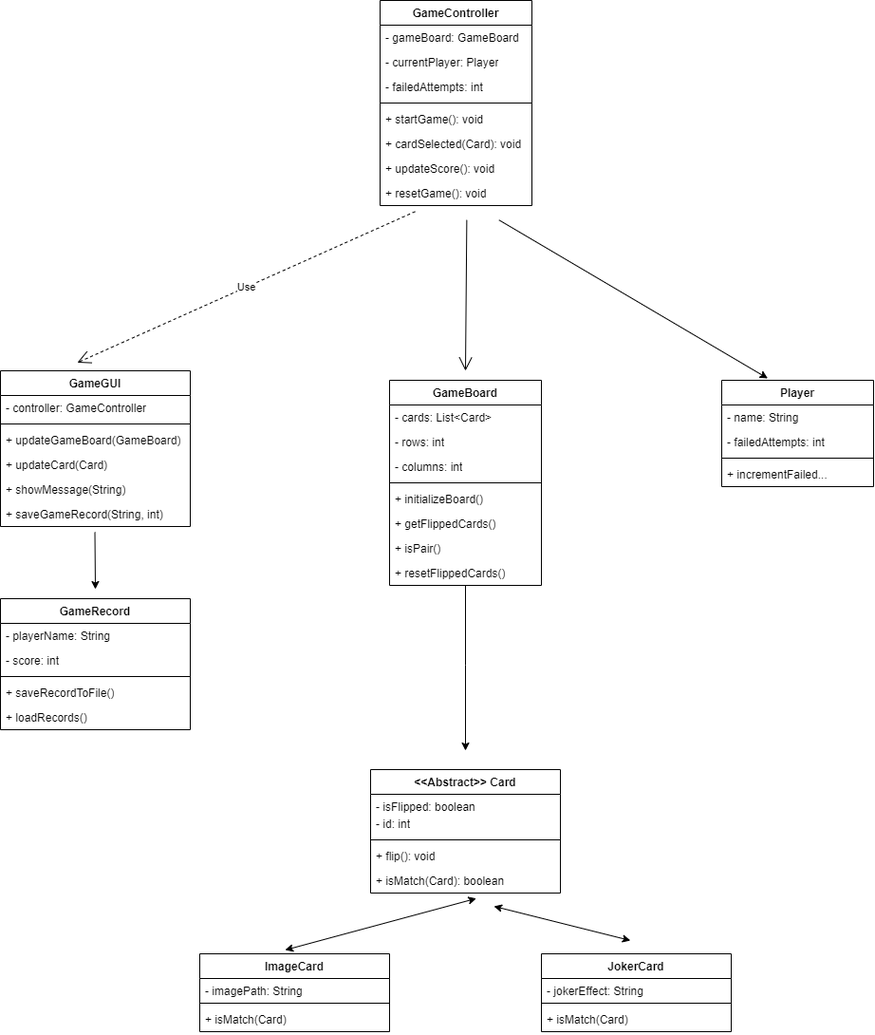
Above: MemoryGame.drawio.png in agrigoridou/MemoryGame-with-pictures (draw.io), before the change. Source tidied: cells renumbered, new cells last; positions are measured from the earlier drawing's top-left corner, leaving out a move shared by most shapes.
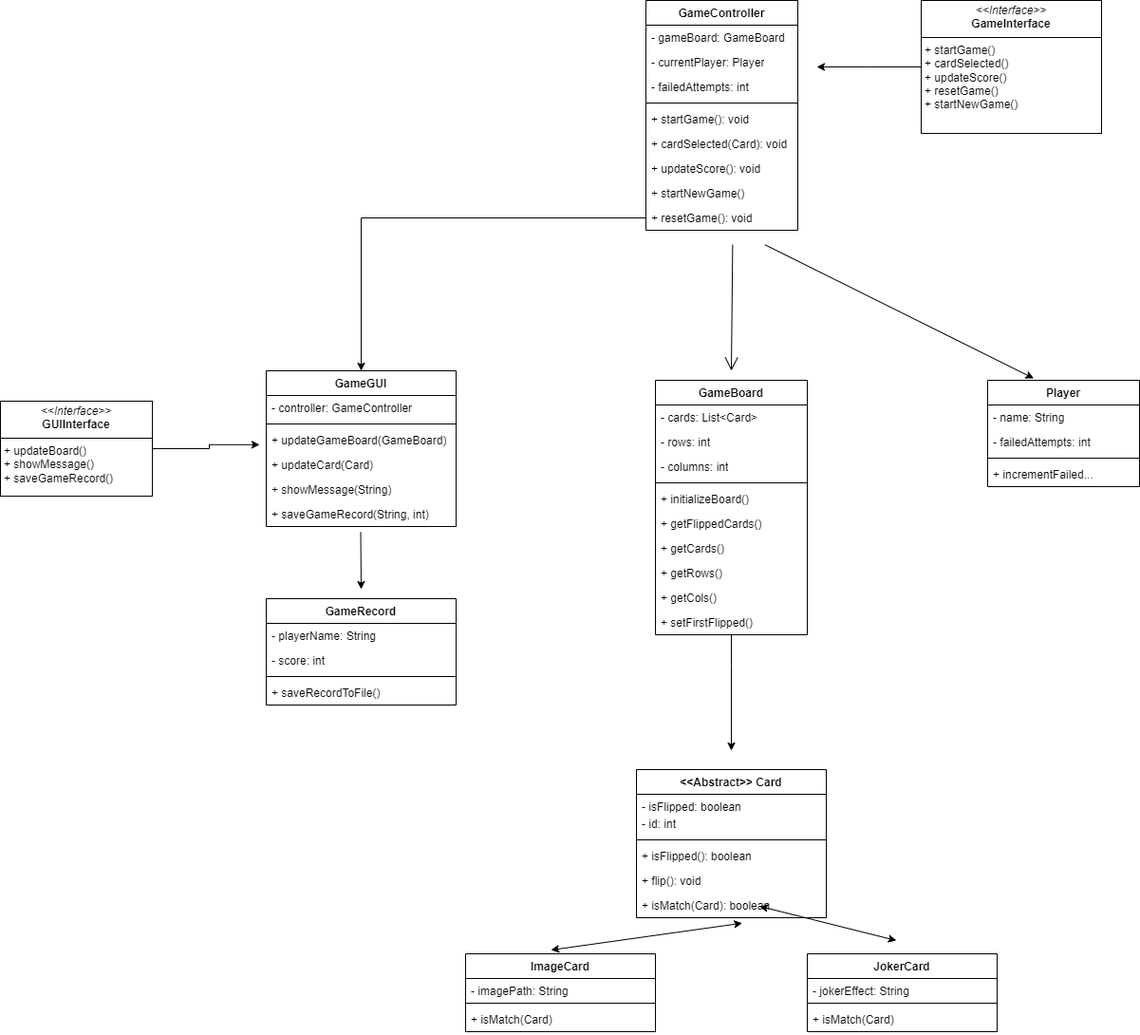
The same diagram one commit later.

Change to the diagram source:
```diff
@@ -3,7 +3,7 @@
     <mxCell id="0" />
     <mxCell id="1" parent="0" />
     <mxCell id="2" value="GameController " style="swimlane;fontStyle=1;align=center;verticalAlign=top;horizontal=1;startSize=26;whiteSpace=wrap;html=1;" parent="1" vertex="1">
-      <mxGeometry x="400" width="160" height="216" as="geometry" />
+      <mxGeometry x="400" width="160" height="242" as="geometry" />
     </mxCell>
     <mxCell id="3" value="&lt;span class=&quot;hljs-operator&quot;&gt;-&lt;/span&gt; gameBoard: GameBoard" style="text;strokeColor=none;fillColor=none;align=left;verticalAlign=top;spacingLeft=4;spacingRight=4;overflow=hidden;whiteSpace=wrap;html=1;" parent="2" vertex="1">
       <mxGeometry y="26" width="160" height="26" as="geometry" />
@@ -26,11 +26,14 @@
     <mxCell id="9" value="&lt;span class=&quot;hljs-operator&quot;&gt;+&lt;/span&gt; updateScore(): void" style="text;strokeColor=none;fillColor=none;align=left;verticalAlign=top;spacingLeft=4;spacingRight=4;overflow=hidden;whiteSpace=wrap;html=1;" parent="2" vertex="1">
       <mxGeometry y="164" width="160" height="26" as="geometry" />
     </mxCell>
+    <mxCell id="59" value="+ startNewGame()  " style="text;strokeColor=none;fillColor=none;align=left;verticalAlign=top;spacingLeft=4;spacingRight=4;overflow=hidden;whiteSpace=wrap;html=1;" parent="2" vertex="1">
+      <mxGeometry y="190" width="160" height="26" as="geometry" />
+    </mxCell>
     <mxCell id="10" value="&lt;span class=&quot;hljs-operator&quot;&gt;+&lt;/span&gt; resetGame(): void" style="text;strokeColor=none;fillColor=none;align=left;verticalAlign=top;spacingLeft=4;spacingRight=4;overflow=hidden;points=[[0,0.5],[1,0.5]];portConstraint=eastwest;whiteSpace=wrap;html=1;" parent="2" vertex="1">
-      <mxGeometry y="190" width="160" height="26" as="geometry" />
+      <mxGeometry y="216" width="160" height="26" as="geometry" />
     </mxCell>
     <mxCell id="11" value="GameBoard " style="swimlane;fontStyle=1;align=center;verticalAlign=top;horizontal=1;startSize=26;whiteSpace=wrap;html=1;" parent="1" vertex="1">
-      <mxGeometry x="410" y="400" width="160" height="216" as="geometry" />
+      <mxGeometry x="410" y="400" width="160" height="268" as="geometry" />
     </mxCell>
     <mxCell id="12" value="&lt;span class=&quot;hljs-operator&quot;&gt;-&lt;/span&gt; cards: List&lt;span class=&quot;hljs-operator&quot;&gt;&amp;lt;&lt;/span&gt;Card&lt;span class=&quot;hljs-operator&quot;&gt;&amp;gt;&lt;/span&gt;" style="text;strokeColor=none;fillColor=none;align=left;verticalAlign=top;spacingLeft=4;spacingRight=4;overflow=hidden;whiteSpace=wrap;html=1;" parent="11" vertex="1">
       <mxGeometry y="26" width="160" height="26" as="geometry" />
@@ -50,11 +53,17 @@
     <mxCell id="17" value="&lt;span class=&quot;hljs-operator&quot;&gt;+&lt;/span&gt; getFlippedCards()" style="text;strokeColor=none;fillColor=none;align=left;verticalAlign=top;spacingLeft=4;spacingRight=4;overflow=hidden;whiteSpace=wrap;html=1;" parent="11" vertex="1">
       <mxGeometry y="138" width="160" height="26" as="geometry" />
     </mxCell>
+    <mxCell id="60" value="+ getCards()" style="text;strokeColor=none;fillColor=none;align=left;verticalAlign=top;spacingLeft=4;spacingRight=4;overflow=hidden;whiteSpace=wrap;html=1;" parent="11" vertex="1">
+      <mxGeometry y="164" width="160" height="26" as="geometry" />
+    </mxCell>
+    <mxCell id="61" value="+ getRows() " style="text;strokeColor=none;fillColor=none;align=left;verticalAlign=top;spacingLeft=4;spacingRight=4;overflow=hidden;whiteSpace=wrap;html=1;" parent="11" vertex="1">
+      <mxGeometry y="190" width="160" height="26" as="geometry" />
+    </mxCell>
-    <mxCell id="18" value="&lt;span class=&quot;hljs-operator&quot;&gt;+&lt;/span&gt; isPair()" style="text;strokeColor=none;fillColor=none;align=left;verticalAlign=top;spacingLeft=4;spacingRight=4;overflow=hidden;whiteSpace=wrap;html=1;" parent="11" vertex="1">
-      <mxGeometry y="164" width="160" height="26" as="geometry" />
+    <mxCell id="18" value="+ getCols()" style="text;strokeColor=none;fillColor=none;align=left;verticalAlign=top;spacingLeft=4;spacingRight=4;overflow=hidden;whiteSpace=wrap;html=1;" parent="11" vertex="1">
+      <mxGeometry y="216" width="160" height="26" as="geometry" />
     </mxCell>
-    <mxCell id="19" value="&lt;span class=&quot;hljs-operator&quot;&gt;+&lt;/span&gt; resetFlippedCards()" style="text;strokeColor=none;fillColor=none;align=left;verticalAlign=top;spacingLeft=4;spacingRight=4;overflow=hidden;points=[[0,0.5],[1,0.5]];portConstraint=eastwest;whiteSpace=wrap;html=1;" parent="11" vertex="1">
-      <mxGeometry y="190" width="160" height="26" as="geometry" />
+    <mxCell id="19" value="+ setFirstFlipped()" style="text;strokeColor=none;fillColor=none;align=left;verticalAlign=top;spacingLeft=4;spacingRight=4;overflow=hidden;points=[[0,0.5],[1,0.5]];portConstraint=eastwest;whiteSpace=wrap;html=1;" parent="11" vertex="1">
+      <mxGeometry y="242" width="160" height="26" as="geometry" />
     </mxCell>
     <mxCell id="20" value="Player" style="swimlane;fontStyle=1;align=center;verticalAlign=top;horizontal=1;startSize=26;whiteSpace=wrap;html=1;" parent="1" vertex="1">
       <mxGeometry x="760" y="400" width="160" height="112" as="geometry" />
@@ -96,7 +105,7 @@
       <mxGeometry y="138" width="200" height="26" as="geometry" />
     </mxCell>
     <mxCell id="33" value="GameRecord" style="swimlane;fontStyle=1;align=center;verticalAlign=top;horizontal=1;startSize=26;whiteSpace=wrap;html=1;" parent="1" vertex="1">
-      <mxGeometry y="630" width="200" height="138" as="geometry" />
+      <mxGeometry y="630" width="200" height="112" as="geometry" />
     </mxCell>
     <mxCell id="34" value="&lt;span class=&quot;hljs-operator&quot;&gt;-&lt;/span&gt; playerName: String" style="text;strokeColor=none;fillColor=none;align=left;verticalAlign=top;spacingLeft=4;spacingRight=4;overflow=hidden;whiteSpace=wrap;html=1;" parent="33" vertex="1">
       <mxGeometry y="26" width="200" height="26" as="geometry" />
@@ -110,9 +119,6 @@
     <mxCell id="37" value="&lt;span class=&quot;hljs-operator&quot;&gt;+&lt;/span&gt; saveRecordToFile()" style="text;strokeColor=none;fillColor=none;align=left;verticalAlign=top;spacingLeft=4;spacingRight=4;overflow=hidden;whiteSpace=wrap;html=1;" parent="33" vertex="1">
       <mxGeometry y="86" width="200" height="26" as="geometry" />
     </mxCell>
-    <mxCell id="38" value="&lt;span class=&quot;hljs-operator&quot;&gt;+&lt;/span&gt; loadRecords()" style="text;strokeColor=none;fillColor=none;align=left;verticalAlign=top;spacingLeft=4;spacingRight=4;overflow=hidden;whiteSpace=wrap;html=1;" parent="33" vertex="1">
-      <mxGeometry y="112" width="200" height="26" as="geometry" />
-    </mxCell>
     <mxCell id="39" style="endArrow=classic;html=1;rounded=0;" parent="1" edge="1">
       <mxGeometry relative="1" as="geometry">
         <mxPoint x="99.5" y="560" as="sourcePoint" />
@@ -120,7 +126,7 @@
       </mxGeometry>
     </mxCell>
     <mxCell id="40" value="&lt;span class=&quot;hljs-operator&quot;&gt;&amp;lt;&amp;lt;&lt;/span&gt;Abstract&lt;span class=&quot;hljs-operator&quot;&gt;&amp;gt;&amp;gt;&amp;nbsp;&lt;/span&gt;Card" style="swimlane;fontStyle=1;align=center;verticalAlign=top;horizontal=1;startSize=26;whiteSpace=wrap;html=1;" parent="1" vertex="1">
-      <mxGeometry x="390" y="810" width="200" height="130" as="geometry" />
+      <mxGeometry x="390" y="810" width="200" height="156" as="geometry" />
     </mxCell>
     <mxCell id="41" value="&lt;span class=&quot;hljs-operator&quot;&gt;-&lt;/span&gt; isFlipped: &lt;span class=&quot;hljs-type&quot;&gt;boolean&lt;/span&gt;" style="text;strokeColor=none;fillColor=none;align=left;verticalAlign=top;spacingLeft=4;spacingRight=4;overflow=hidden;whiteSpace=wrap;html=1;" parent="40" vertex="1">
       <mxGeometry y="26" width="200" height="18" as="geometry" />
@@ -131,11 +137,14 @@
     <mxCell id="43" style="line;strokeWidth=1;fillColor=none;align=left;verticalAlign=middle;spacingTop=-1;spacingLeft=3;spacingRight=3;labelPosition=right;strokeColor=inherit;" parent="40" vertex="1">
       <mxGeometry y="70" width="200" height="8" as="geometry" />
     </mxCell>
+    <mxCell id="62" value="+&amp;nbsp;isFlipped(): boolean" style="text;strokeColor=none;fillColor=none;align=left;verticalAlign=top;spacingLeft=4;spacingRight=4;overflow=hidden;whiteSpace=wrap;html=1;" parent="40" vertex="1">
+      <mxGeometry y="78" width="200" height="26" as="geometry" />
+    </mxCell>
     <mxCell id="44" value="&lt;span class=&quot;hljs-operator&quot;&gt;+&lt;/span&gt; flip(): void" style="text;strokeColor=none;fillColor=none;align=left;verticalAlign=top;spacingLeft=4;spacingRight=4;overflow=hidden;whiteSpace=wrap;html=1;" parent="40" vertex="1">
-      <mxGeometry y="78" width="200" height="26" as="geometry" />
+      <mxGeometry y="104" width="200" height="26" as="geometry" />
     </mxCell>
     <mxCell id="45" value="&lt;span class=&quot;hljs-operator&quot;&gt;+&lt;/span&gt; isMatch(Card): &lt;span class=&quot;hljs-type&quot;&gt;boolean&lt;/span&gt;" style="text;strokeColor=none;fillColor=none;align=left;verticalAlign=top;spacingLeft=4;spacingRight=4;overflow=hidden;points=[[0,0.5],[1,0.5]];portConstraint=eastwest;whiteSpace=wrap;html=1;" parent="40" vertex="1">
-      <mxGeometry y="104" width="200" height="26" as="geometry" />
+      <mxGeometry y="130" width="200" height="26" as="geometry" />
     </mxCell>
     <mxCell id="46" value="ImageCard" style="swimlane;fontStyle=1;align=center;verticalAlign=top;horizontal=1;startSize=26;whiteSpace=wrap;html=1;" parent="1" vertex="1">
       <mxGeometry x="210" y="1004" width="200" height="82" as="geometry" />
@@ -180,15 +189,27 @@
         </Array>
       </mxGeometry>
     </mxCell>
-    <mxCell id="57" value="Use" style="endArrow=open;endSize=12;dashed=1;html=1;rounded=0;exitX=0.231;exitY=1.244;exitDx=0;exitDy=0;exitPerimeter=0;entryX=0.5;entryY=0;entryDx=0;entryDy=0;" parent="1" edge="1" source="10">
-      <mxGeometry relative="1" as="geometry">
-        <mxPoint x="81" y="381.5" as="targetPoint" />
-      </mxGeometry>
-    </mxCell>
     <mxCell id="58" style="endArrow=open;endFill=1;endSize=12;html=1;rounded=0;exitX=0.571;exitY=1.585;exitDx=0;exitDy=0;exitPerimeter=0;" parent="1" edge="1" source="10">
       <mxGeometry relative="1" as="geometry">
         <mxPoint x="490" y="390" as="targetPoint" />
       </mxGeometry>
     </mxCell>
+    <mxCell id="63" style="edgeStyle=orthogonalEdgeStyle;rounded=0;jettySize=auto;html=1;entryX=0.5;entryY=0;entryDx=0;entryDy=0;" parent="1" edge="1" source="10" target="26">
+      <mxGeometry relative="1" as="geometry" />
+    </mxCell>
+    <mxCell id="64" style="edgeStyle=orthogonalEdgeStyle;rounded=0;jettySize=auto;html=1;" parent="1" edge="1" source="65">
+      <mxGeometry relative="1" as="geometry">
+        <mxPoint x="580" y="70" as="targetPoint" />
+      </mxGeometry>
+    </mxCell>
+    <mxCell id="65" value="&lt;p style=&quot;margin:0px;margin-top:4px;text-align:center;&quot;&gt;&lt;i&gt;&amp;lt;&amp;lt;Interface&amp;gt;&amp;gt;&lt;/i&gt;&lt;br&gt;&lt;b&gt;GameInterface&lt;/b&gt;&lt;/p&gt;&lt;hr size=&quot;1&quot; style=&quot;border-style:solid;&quot;&gt;&lt;p style=&quot;margin:0px;margin-left:4px;&quot;&gt;+ startGame()&lt;/p&gt;&lt;p style=&quot;margin:0px;margin-left:4px;&quot;&gt;+ cardSelected()&lt;/p&gt;&lt;p style=&quot;margin:0px;margin-left:4px;&quot;&gt;+ updateScore()&lt;/p&gt;&lt;p style=&quot;margin:0px;margin-left:4px;&quot;&gt;+ resetGame()&lt;/p&gt;&lt;p style=&quot;margin:0px;margin-left:4px;&quot;&gt;+ startNewGame()&lt;/p&gt;" style="verticalAlign=top;align=left;overflow=fill;html=1;whiteSpace=wrap;" parent="1" vertex="1">
+      <mxGeometry x="690" width="190" height="140" as="geometry" />
+    </mxCell>
+    <mxCell id="66" value="&lt;p style=&quot;margin:0px;margin-top:4px;text-align:center;&quot;&gt;&lt;i&gt;&amp;lt;&amp;lt;Interface&amp;gt;&amp;gt;&lt;/i&gt;&lt;br&gt;&lt;b&gt;GUIInterface&lt;/b&gt;&lt;/p&gt;&lt;hr size=&quot;1&quot; style=&quot;border-style:solid;&quot;&gt;&lt;p style=&quot;margin:0px;margin-left:4px;&quot;&gt;+ updateBoard()&amp;nbsp;&lt;/p&gt;&lt;p style=&quot;margin:0px;margin-left:4px;&quot;&gt;+ showMessage()&lt;/p&gt;&lt;p style=&quot;margin:0px;margin-left:4px;&quot;&gt;+ saveGameRecord()&lt;/p&gt;" style="verticalAlign=top;align=left;overflow=fill;html=1;whiteSpace=wrap;" parent="1" vertex="1">
+      <mxGeometry x="-280" y="422" width="160" height="100" as="geometry" />
+    </mxCell>
+    <mxCell id="67" style="edgeStyle=orthogonalEdgeStyle;rounded=0;jettySize=auto;html=1;entryX=-0.035;entryY=-0.314;entryDx=0;entryDy=0;entryPerimeter=0;" parent="1" edge="1" source="66" target="30">
+      <mxGeometry relative="1" as="geometry" />
+    </mxCell>
   </root>
 </mxGraphModel>
```
